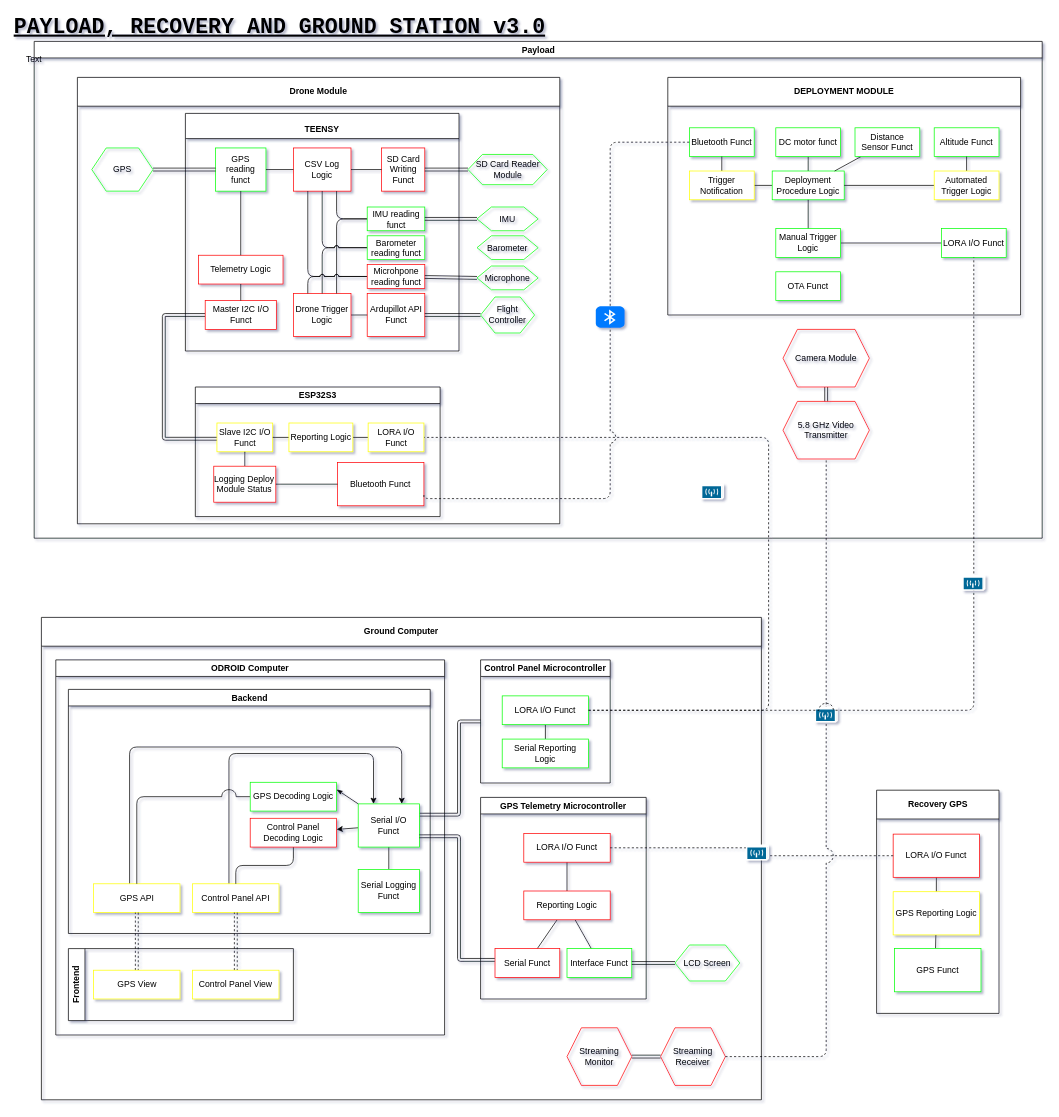
This is page "Page-2" (1 of 6) of Design/Payload_charts.drawio from usfsoar/NSL_23-24_PayloadEECS, a draw.io file, before an edit. Source tidied: cells renumbered, new cells numbered last; positions are measured from the earlier drawing's top-left corner, leaving out a move shared by most shapes. Both pictures are drawn from the tidied source at 72%, with x=0, y=0 at pixel (12, 12).
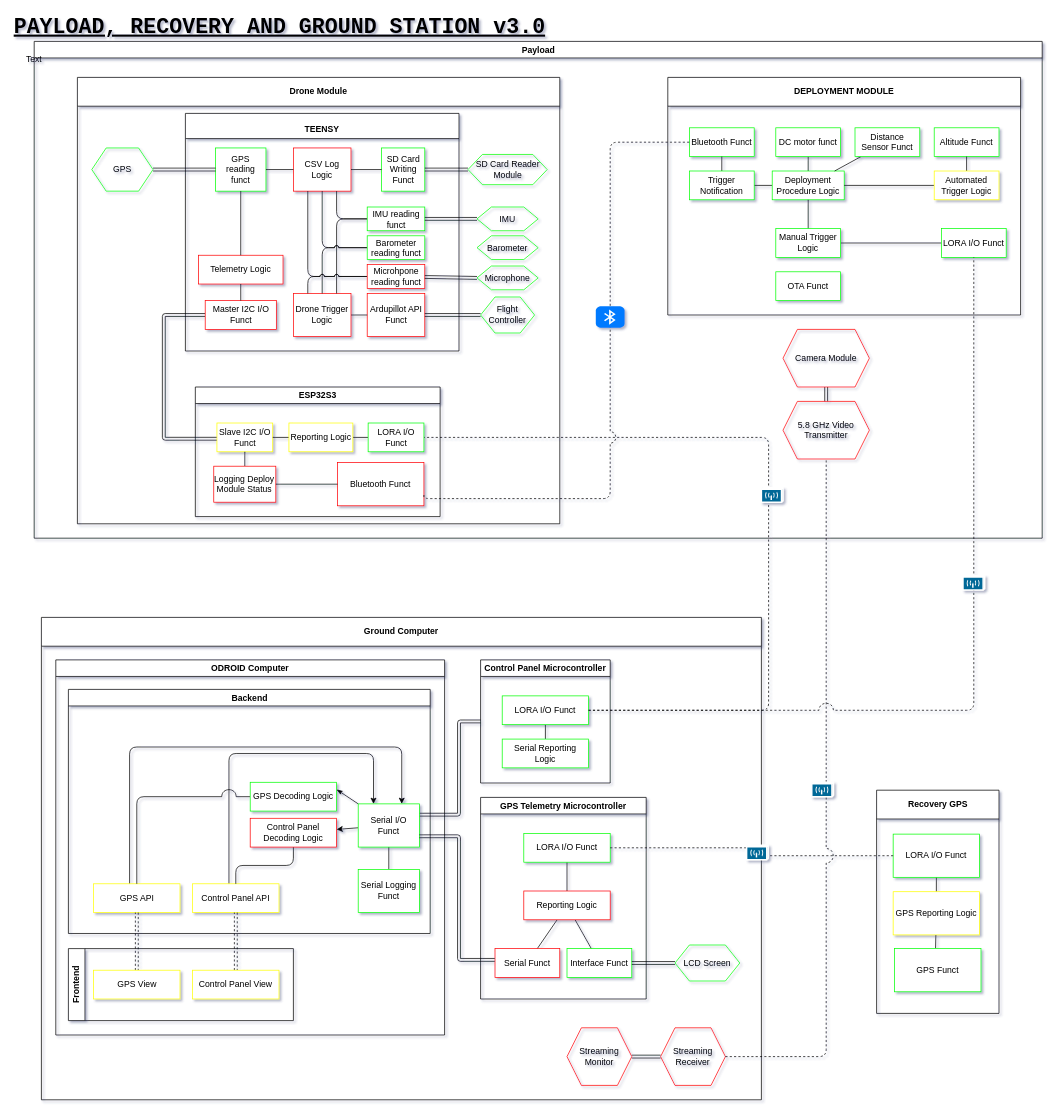
After the change.

Unchanged cells that the change refers to:
```xml
<mxCell id="29" value="GPS Telemetry Microcontroller" style="swimlane;whiteSpace=wrap;html=1;labelBackgroundColor=none;fontColor=default;" parent="3" vertex="1">
  <mxGeometry x="610" y="250" width="230" height="280" as="geometry" />
</mxCell>
<mxCell id="43" style="endArrow=none;html=1;dashed=1;fontColor=default;exitX=1;exitY=0.5;exitDx=0;exitDy=0;startArrow=none;startFill=0;endFill=0;entryX=1;entryY=0.5;entryDx=0;entryDy=0;jumpStyle=arc;jumpSize=10;edgeStyle=orthogonalEdgeStyle;" parent="1" edge="1" source="7" target="76">
  <mxGeometry relative="1" as="geometry">
    <Array as="points">
      <mxPoint x="1050" y="969" />
      <mxPoint x="1050" y="590" />
    </Array>
  </mxGeometry>
</mxCell>
<mxCell id="45" value="Recovery GPS" style="swimlane;labelBackgroundColor=none;fontColor=default;html=1;startSize=40;" parent="1" vertex="1">
  <mxGeometry x="1200" y="1080" width="170" height="310" as="geometry" />
</mxCell>
<mxCell id="54" value="DEPLOYMENT MODULE" style="swimlane;whiteSpace=wrap;html=1;startSize=40;" parent="53" vertex="1">
  <mxGeometry x="880" y="50" width="490" height="330" as="geometry" />
</mxCell>
<mxCell id="74" value="ESP32S3" style="swimlane;whiteSpace=wrap;html=1;labelBackgroundColor=none;fontColor=default;gradientColor=none;" parent="73" vertex="1">
  <mxGeometry x="163.8" y="430" width="340" height="180" as="geometry" />
</mxCell>
<mxCell id="85" value="&lt;font face=&quot;Helvetica&quot; style=&quot;font-size: 12px;&quot;&gt;TEENSY&lt;/font&gt;" style="swimlane;whiteSpace=wrap;html=1;labelBackgroundColor=none;fontFamily=Courier New;fontSize=30;fontColor=default;gradientColor=none;startSize=35;align=center;verticalAlign=middle;" parent="73" vertex="1">
  <mxGeometry x="150" y="50" width="380" height="330" as="geometry" />
</mxCell>
<mxCell id="123" style="endArrow=none;html=1;fontColor=default;startArrow=none;startFill=0;jumpStyle=arc;jumpSize=20;dashed=1;endFill=0;entryX=0.5;entryY=1;entryDx=0;entryDy=0;exitX=1;exitY=0.5;exitDx=0;exitDy=0;edgeStyle=orthogonalEdgeStyle;" parent="1" edge="1" source="39" target="122">
  <mxGeometry relative="1" as="geometry" />
</mxCell>
```

Change to the diagram source:
```diff
@@
-    <mxCell id="31" value="LORA I/O Funct" style="rounded=0;whiteSpace=wrap;html=1;strokeColor=#FF0000;" parent="29" vertex="1">
+    <mxCell id="31" value="LORA I/O Funct" style="rounded=0;whiteSpace=wrap;html=1;strokeColor=#00FF00;" parent="29" vertex="1">
       <mxGeometry x="60" y="50" width="120" height="40" as="geometry" />
     </mxCell>
@@
     <mxCell id="44" style="shape=mxgraph.cisco.wireless.wireless_transport;html=1;dashed=0;fillColor=#036897;strokeColor=#ffffff;strokeWidth=2;verticalLabelPosition=bottom;verticalAlign=top;align=center;labelBackgroundColor=none;fontColor=default;" parent="43" vertex="1">
       <mxGeometry width="30" height="20" relative="1" as="geometry">
-        <mxPoint x="-93" y="-10" as="offset" />
+        <mxPoint x="-10" y="-5" as="offset" />
       </mxGeometry>
     </mxCell>
@@
-    <mxCell id="48" value="LORA I/O Funct" style="rounded=0;whiteSpace=wrap;html=1;labelBackgroundColor=none;fontColor=default;strokeColor=#FF0000;" parent="45" vertex="1">
+    <mxCell id="48" value="LORA I/O Funct" style="rounded=0;whiteSpace=wrap;html=1;labelBackgroundColor=none;fontColor=default;strokeColor=#00FF00;" parent="45" vertex="1">
       <mxGeometry x="23" y="61" width="120" height="60" as="geometry" />
     </mxCell>
@@
-    <mxCell id="65" value="Trigger Notification" style="rounded=0;whiteSpace=wrap;html=1;strokeColor=#FFFF00;" parent="54" vertex="1">
+    <mxCell id="65" value="Trigger Notification" style="rounded=0;whiteSpace=wrap;html=1;strokeColor=#00FF00;" parent="54" vertex="1">
       <mxGeometry x="30" y="130" width="90" height="40" as="geometry" />
     </mxCell>
@@
-    <mxCell id="76" value="LORA I/O Funct" style="rounded=0;whiteSpace=wrap;html=1;strokeColor=#FFFF00;" parent="74" vertex="1">
+    <mxCell id="76" value="LORA I/O Funct" style="rounded=0;whiteSpace=wrap;html=1;strokeColor=#00FF00;" parent="74" vertex="1">
       <mxGeometry x="240" y="50" width="77.5" height="40" as="geometry" />
     </mxCell>
@@
-    <mxCell id="105" value="SD Card Writing Funct" style="rounded=0;whiteSpace=wrap;html=1;strokeColor=#FF0000;" parent="85" vertex="1">
+    <mxCell id="105" value="SD Card Writing Funct" style="rounded=0;whiteSpace=wrap;html=1;strokeColor=#00FF00;" parent="85" vertex="1">
       <mxGeometry x="272.5" y="48" width="60" height="60" as="geometry" />
     </mxCell>
@@
     <mxCell id="124" style="shape=mxgraph.cisco.wireless.wireless_transport;html=1;dashed=0;fillColor=#036897;strokeColor=#ffffff;strokeWidth=2;verticalLabelPosition=bottom;verticalAlign=top;align=center;labelBackgroundColor=none;fontColor=default;" parent="123" vertex="1">
       <mxGeometry width="30" height="20" relative="1" as="geometry">
-        <mxPoint x="-15" y="-140" as="offset" />
+        <mxPoint x="-20" y="-36" as="offset" />
       </mxGeometry>
     </mxCell>
```
